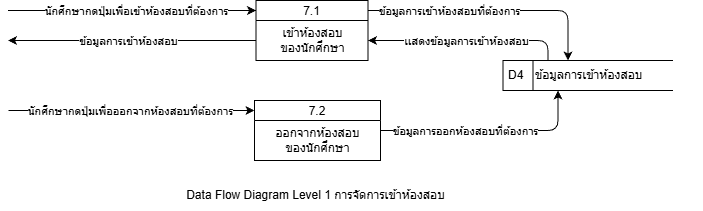
The draw.io diagram drawio/system_diagram/png/DFDL1_7.png in PatcharaphonKoosomsarp/FACE-EXAM, before a commit. Source tidied: cells renumbered, new cells last; positions are measured from the earlier drawing's top-left corner, leaving out a move shared by most shapes. Source of this version:
```xml
<mxGraphModel>
  <root>
    <mxCell id="0" />
    <mxCell id="1" parent="0" />
    <mxCell id="2" value="7.1" style="swimlane;fontStyle=0;horizontal=1;startSize=20;fillColor=#ffffff;swimlaneFillColor=#ffffff;" parent="1" vertex="1">
      <mxGeometry x="247.5" width="112" height="60" as="geometry" />
    </mxCell>
    <mxCell id="3" value="เข้าห้องสอบ&lt;br&gt;ของนักศึกษา" style="text;html=1;align=center;verticalAlign=middle;strokeColor=none;fillColor=none;" parent="2" vertex="1">
      <mxGeometry y="20" width="112" height="40" as="geometry" />
    </mxCell>
    <mxCell id="4" style="endArrow=classic;html=1;" parent="1" edge="1">
      <mxGeometry relative="1" as="geometry">
        <mxPoint x="-0.5" y="10" as="sourcePoint" />
        <mxPoint x="247.5" y="10" as="targetPoint" />
      </mxGeometry>
    </mxCell>
    <mxCell id="5" value="นักศึกษากดปุ่มเพื่อเข้าห้องสอบที่ต้องการ" style="edgeLabel;html=1;align=center;verticalAlign=middle;" parent="4" vertex="1">
      <mxGeometry x="-0.41" y="1" relative="1" as="geometry">
        <mxPoint x="54" y="1" as="offset" />
      </mxGeometry>
    </mxCell>
    <mxCell id="6" style="endArrow=classic;html=1;" parent="1" edge="1">
      <mxGeometry relative="1" as="geometry">
        <mxPoint x="359.5" y="10" as="sourcePoint" />
        <mxPoint x="559.5" y="60" as="targetPoint" />
        <Array as="points">
          <mxPoint x="559.5" y="10" />
        </Array>
      </mxGeometry>
    </mxCell>
    <mxCell id="7" value="ข้อมูลการเข้าห้องสอบที่ต้องการ" style="edgeLabel;html=1;align=center;verticalAlign=middle;" parent="6" vertex="1">
      <mxGeometry x="-0.41" y="1" relative="1" as="geometry">
        <mxPoint x="7" y="1" as="offset" />
      </mxGeometry>
    </mxCell>
    <mxCell id="8" style="endArrow=classic;html=1;" parent="1" edge="1">
      <mxGeometry relative="1" as="geometry">
        <mxPoint x="247.5" y="40" as="sourcePoint" />
        <mxPoint x="-0.5" y="40" as="targetPoint" />
      </mxGeometry>
    </mxCell>
    <mxCell id="9" value="ข้อมูลการเข้าห้องสอบ" style="edgeLabel;html=1;align=center;verticalAlign=middle;" parent="8" vertex="1">
      <mxGeometry x="-0.22" y="-1" relative="1" as="geometry">
        <mxPoint x="-31" y="1" as="offset" />
      </mxGeometry>
    </mxCell>
    <mxCell id="10" style="endArrow=classic;html=1;" parent="1" edge="1">
      <mxGeometry relative="1" as="geometry">
        <mxPoint x="539.5" y="60" as="sourcePoint" />
        <mxPoint x="359.5" y="40" as="targetPoint" />
        <Array as="points">
          <mxPoint x="539.5" y="40" />
        </Array>
      </mxGeometry>
    </mxCell>
    <mxCell id="11" value="เเสดงข้อมูลการเข้าห้องสอบ" style="edgeLabel;html=1;align=center;verticalAlign=middle;" parent="10" vertex="1">
      <mxGeometry x="-0.22" y="-1" relative="1" as="geometry">
        <mxPoint x="-24" y="1" as="offset" />
      </mxGeometry>
    </mxCell>
    <mxCell id="12" style="group;" parent="1" vertex="1">
      <mxGeometry x="494.5" y="60" width="200" height="30" as="geometry" />
    </mxCell>
    <mxCell id="13" value="D4" style="html=1;dashed=0;whiteSpace=wrap;shape=mxgraph.dfd.dataStoreID;align=left;spacingLeft=3;" parent="12" vertex="1">
      <mxGeometry width="170" height="30" as="geometry" />
    </mxCell>
    <mxCell id="14" style="group;" parent="12" vertex="1">
      <mxGeometry x="30" width="170" height="30" as="geometry" />
    </mxCell>
    <mxCell id="15" value="ข้อมูลการเข้าห้องสอบ" style="text;html=1;align=left;verticalAlign=middle;strokeColor=none;fillColor=none;" parent="14" vertex="1">
      <mxGeometry width="130" height="30" as="geometry" />
    </mxCell>
    <mxCell id="16" value="7.2" style="swimlane;fontStyle=0;horizontal=1;startSize=20;fillColor=#ffffff;swimlaneFillColor=#ffffff;" parent="1" vertex="1">
      <mxGeometry x="246" y="100" width="126" height="60" as="geometry" />
    </mxCell>
    <mxCell id="17" value="ออกจากห้องสอบ&lt;br&gt;ของนักศึกษา" style="text;html=1;align=center;verticalAlign=middle;strokeColor=none;fillColor=none;" parent="16" vertex="1">
      <mxGeometry y="20" width="126" height="40" as="geometry" />
    </mxCell>
    <mxCell id="18" style="endArrow=classic;html=1;" parent="1" edge="1">
      <mxGeometry relative="1" as="geometry">
        <mxPoint y="110" as="sourcePoint" />
        <mxPoint x="246" y="110" as="targetPoint" />
      </mxGeometry>
    </mxCell>
    <mxCell id="19" value="นักศึกษากดปุ่มเพื่อออกจากห้องสอบที่ต้องการ" style="edgeLabel;html=1;align=center;verticalAlign=middle;" parent="18" vertex="1">
      <mxGeometry x="-0.41" y="1" relative="1" as="geometry">
        <mxPoint x="48" y="1" as="offset" />
      </mxGeometry>
    </mxCell>
    <mxCell id="20" style="endArrow=classic;html=1;" parent="1" edge="1">
      <mxGeometry relative="1" as="geometry">
        <mxPoint x="372" y="130" as="sourcePoint" />
        <mxPoint x="549.5" y="90" as="targetPoint" />
        <Array as="points">
          <mxPoint x="549.5" y="130" />
        </Array>
      </mxGeometry>
    </mxCell>
    <mxCell id="21" value="ข้อมูลการออกห้องสอบที่ต้องการ" style="edgeLabel;html=1;align=center;verticalAlign=middle;" parent="20" vertex="1">
      <mxGeometry x="-0.41" y="1" relative="1" as="geometry">
        <mxPoint x="19" y="1" as="offset" />
      </mxGeometry>
    </mxCell>
    <mxCell id="22" value="Data Flow Diagram Level 1 การจัดการเข้าห้องสอบ" style="text;html=1;align=center;verticalAlign=middle;strokeColor=none;fillColor=none;" parent="1" vertex="1">
      <mxGeometry x="167" y="180" width="280" height="30" as="geometry" />
    </mxCell>
  </root>
</mxGraphModel>
```
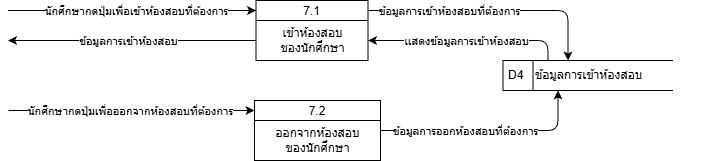
Above is the later version.

The edit, as a diff of the source:
```diff
@@ -101,8 +101,5 @@
         <mxPoint x="19" y="1" as="offset" />
       </mxGeometry>
     </mxCell>
-    <mxCell id="22" value="Data Flow Diagram Level 1 การจัดการเข้าห้องสอบ" style="text;html=1;align=center;verticalAlign=middle;strokeColor=none;fillColor=none;" parent="1" vertex="1">
-      <mxGeometry x="167" y="180" width="280" height="30" as="geometry" />
-    </mxCell>
   </root>
 </mxGraphModel>
```
